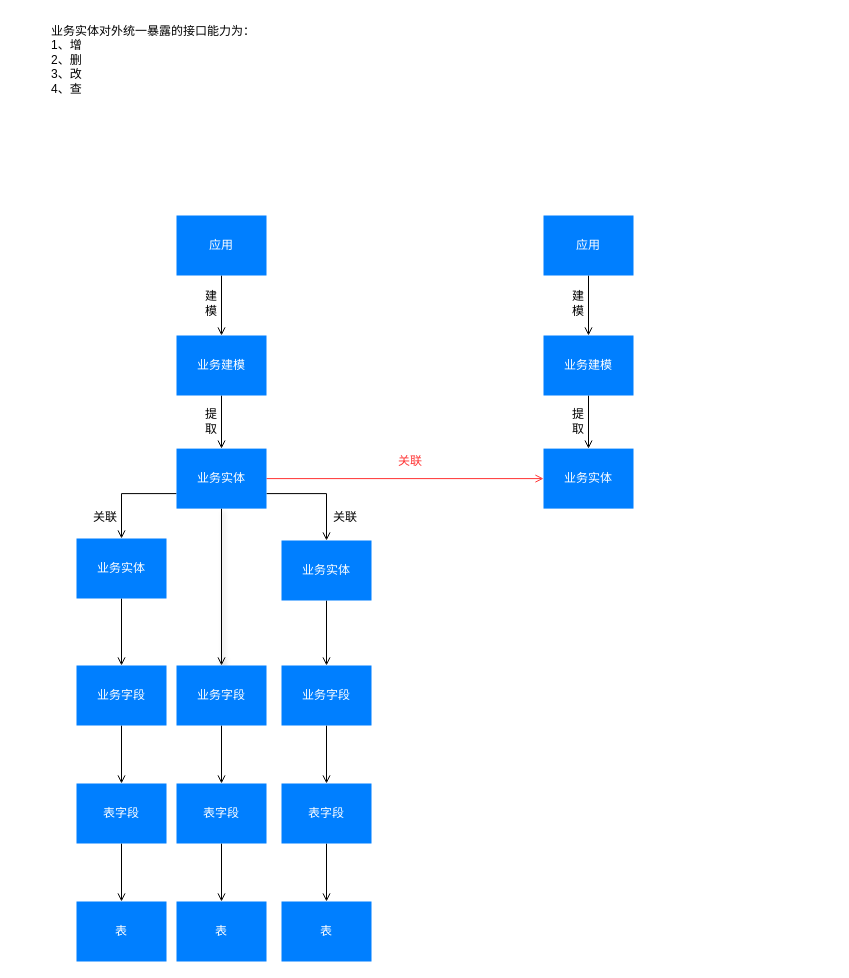
Before: docs/LCDP.drawio in lokiworks/codebase, a draw.io diagram. Source tidied: cells renumbered, new cells numbered last; positions are measured from the earlier drawing's top-left corner, leaving out a move shared by most shapes. Both pictures are drawn from the tidied source at 100%, with x=0, y=0 at pixel (49, 17).
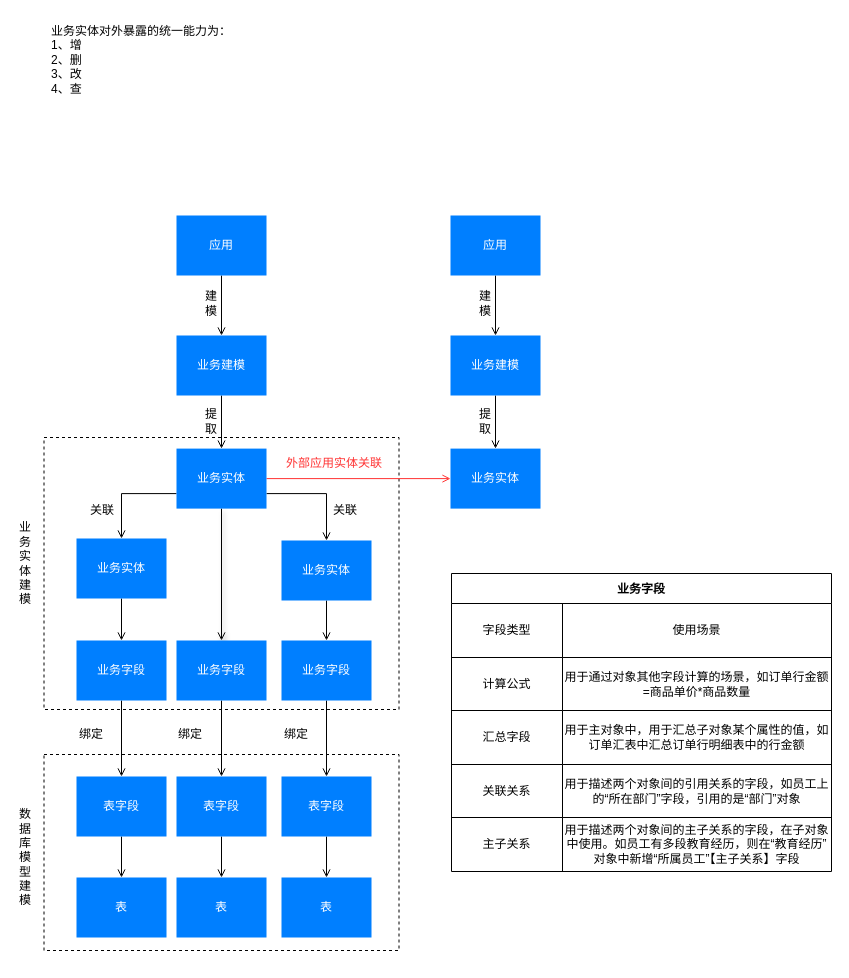
After the change.

Diff of the diagram source:
```diff
@@
+    <mxCell id="43" style="rounded=0;whiteSpace=wrap;html=1;dashed=1;" parent="1" vertex="1">
+      <mxGeometry x="-5.5" y="420" width="355" height="272" as="geometry" />
+    </mxCell>
+    <mxCell id="44" style="rounded=0;whiteSpace=wrap;html=1;dashed=1;" parent="1" vertex="1">
+      <mxGeometry x="-5.5" y="737" width="355" height="196" as="geometry" />
+    </mxCell>
@@
     <mxCell id="14" value="&lt;font color=&quot;#ffffff&quot;&gt;业务建模&lt;/font&gt;" style="rounded=0;whiteSpace=wrap;html=1;fillColor=#007FFF;strokeColor=none;" parent="1" vertex="1">
-      <mxGeometry x="494" y="318" width="90" height="60" as="geometry" />
+      <mxGeometry x="401" y="318" width="90" height="60" as="geometry" />
     </mxCell>
     <mxCell id="15" value="&lt;font color=&quot;#ffffff&quot;&gt;业务实体&lt;/font&gt;" style="rounded=0;whiteSpace=wrap;html=1;fillColor=#007FFF;strokeColor=none;" parent="1" vertex="1">
-      <mxGeometry x="494" y="431.1" width="90" height="60" as="geometry" />
+      <mxGeometry x="401" y="431.1" width="90" height="60" as="geometry" />
     </mxCell>
     <mxCell id="16" value="提取" style="text;html=1;strokeColor=none;fillColor=none;align=center;verticalAlign=middle;whiteSpace=wrap;rounded=0;" parent="1" vertex="1">
-      <mxGeometry x="520" y="378" width="18" height="51" as="geometry" />
+      <mxGeometry x="427" y="378" width="18" height="51" as="geometry" />
     </mxCell>
@@
     <mxCell id="18" value="&lt;font color=&quot;#ffffff&quot;&gt;应用&lt;/font&gt;" style="rounded=0;whiteSpace=wrap;html=1;fillColor=#007FFF;strokeColor=none;" parent="1" vertex="1">
-      <mxGeometry x="494" y="198" width="90" height="60" as="geometry" />
+      <mxGeometry x="401" y="198" width="90" height="60" as="geometry" />
     </mxCell>
     <mxCell id="19" value="建模" style="text;html=1;strokeColor=none;fillColor=none;align=center;verticalAlign=middle;whiteSpace=wrap;rounded=0;" parent="1" vertex="1">
-      <mxGeometry x="520" y="260" width="18" height="51" as="geometry" />
+      <mxGeometry x="427" y="260" width="18" height="51" as="geometry" />
     </mxCell>
@@
     <mxCell id="22" value="关联" style="text;html=1;strokeColor=none;fillColor=none;align=center;verticalAlign=middle;whiteSpace=wrap;rounded=0;fontSize=12;" parent="1" vertex="1">
-      <mxGeometry x="37" y="485" width="38" height="30" as="geometry" />
+      <mxGeometry x="34" y="478" width="38" height="30" as="geometry" />
     </mxCell>
@@
     <mxCell id="25" value="关联" style="text;html=1;strokeColor=none;fillColor=none;align=center;verticalAlign=middle;whiteSpace=wrap;rounded=0;fontSize=12;" parent="1" vertex="1">
-      <mxGeometry x="277" y="485" width="38" height="30" as="geometry" />
+      <mxGeometry x="277" y="478" width="38" height="30" as="geometry" />
     </mxCell>
-    <mxCell id="26" value="业务实体对外统一暴露的接口能力为：&lt;br&gt;1、增&lt;br&gt;2、删&lt;br&gt;3、改&lt;br&gt;4、查" style="text;html=1;strokeColor=none;fillColor=none;align=left;verticalAlign=top;whiteSpace=wrap;rounded=0;fontSize=12;horizontal=1;" parent="1" vertex="1">
-      <mxGeometry width="256" height="149" as="geometry" />
+    <mxCell id="26" value="业务实体对外暴露的统一能力为：&lt;br&gt;1、增&lt;br&gt;2、删&lt;br&gt;3、改&lt;br&gt;4、查" style="text;html=1;strokeColor=none;fillColor=none;align=left;verticalAlign=top;whiteSpace=wrap;rounded=0;fontSize=12;horizontal=1;" parent="1" vertex="1">
+      <mxGeometry width="701" height="82" as="geometry" />
     </mxCell>
@@
     <mxCell id="28" value="&lt;font color=&quot;#ffffff&quot;&gt;业务字段&lt;/font&gt;" style="rounded=0;whiteSpace=wrap;html=1;fillColor=#007FFF;strokeColor=none;" parent="1" vertex="1">
-      <mxGeometry x="27" y="648" width="90" height="60" as="geometry" />
+      <mxGeometry x="27" y="623" width="90" height="60" as="geometry" />
     </mxCell>
@@
     <mxCell id="30" value="&lt;font color=&quot;#ffffff&quot;&gt;业务字段&lt;/font&gt;" style="rounded=0;whiteSpace=wrap;html=1;fillColor=#007FFF;strokeColor=none;" parent="1" vertex="1">
-      <mxGeometry x="127" y="648" width="90" height="60" as="geometry" />
+      <mxGeometry x="127" y="623" width="90" height="60" as="geometry" />
     </mxCell>
@@
     <mxCell id="32" value="&lt;font color=&quot;#ffffff&quot;&gt;业务字段&lt;/font&gt;" style="rounded=0;whiteSpace=wrap;html=1;fillColor=#007FFF;strokeColor=none;" parent="1" vertex="1">
-      <mxGeometry x="232" y="648" width="90" height="60" as="geometry" />
+      <mxGeometry x="232" y="623" width="90" height="60" as="geometry" />
     </mxCell>
@@
     <mxCell id="34" value="&lt;font color=&quot;#ffffff&quot;&gt;表字段&lt;/font&gt;" style="rounded=0;whiteSpace=wrap;html=1;fillColor=#007FFF;strokeColor=none;" parent="1" vertex="1">
-      <mxGeometry x="127" y="766" width="90" height="60" as="geometry" />
+      <mxGeometry x="127" y="759" width="90" height="60" as="geometry" />
     </mxCell>
@@
     <mxCell id="36" value="&lt;font color=&quot;#ffffff&quot;&gt;表字段&lt;/font&gt;" style="rounded=0;whiteSpace=wrap;html=1;fillColor=#007FFF;strokeColor=none;" parent="1" vertex="1">
-      <mxGeometry x="27" y="766" width="90" height="60" as="geometry" />
+      <mxGeometry x="27" y="759" width="90" height="60" as="geometry" />
     </mxCell>
@@
     <mxCell id="38" value="&lt;font color=&quot;#ffffff&quot;&gt;表字段&lt;/font&gt;" style="rounded=0;whiteSpace=wrap;html=1;fillColor=#007FFF;strokeColor=none;" parent="1" vertex="1">
-      <mxGeometry x="232" y="766" width="90" height="60" as="geometry" />
+      <mxGeometry x="232" y="759" width="90" height="60" as="geometry" />
     </mxCell>
     <mxCell id="39" value="&lt;font color=&quot;#ffffff&quot;&gt;表&lt;/font&gt;" style="rounded=0;whiteSpace=wrap;html=1;fillColor=#007FFF;strokeColor=none;" parent="1" vertex="1">
-      <mxGeometry x="27" y="884" width="90" height="60" as="geometry" />
+      <mxGeometry x="27" y="860" width="90" height="60" as="geometry" />
     </mxCell>
     <mxCell id="40" value="&lt;font color=&quot;#ffffff&quot;&gt;表&lt;/font&gt;" style="rounded=0;whiteSpace=wrap;html=1;fillColor=#007FFF;strokeColor=none;" parent="1" vertex="1">
-      <mxGeometry x="127" y="884" width="90" height="60" as="geometry" />
+      <mxGeometry x="127" y="860" width="90" height="60" as="geometry" />
     </mxCell>
     <mxCell id="41" value="&lt;font color=&quot;#ffffff&quot;&gt;表&lt;/font&gt;" style="rounded=0;whiteSpace=wrap;html=1;fillColor=#007FFF;strokeColor=none;" parent="1" vertex="1">
-      <mxGeometry x="232" y="884" width="90" height="60" as="geometry" />
+      <mxGeometry x="232" y="860" width="90" height="60" as="geometry" />
     </mxCell>
-    <mxCell id="42" value="关联" style="text;html=1;strokeColor=none;fillColor=none;align=center;verticalAlign=middle;whiteSpace=wrap;rounded=0;fontSize=12;fontColor=#FF3333;" parent="1" vertex="1">
-      <mxGeometry x="331" y="429" width="60" height="30" as="geometry" />
+    <mxCell id="42" value="外部应用实体关联" style="text;html=1;strokeColor=none;fillColor=none;align=center;verticalAlign=middle;whiteSpace=wrap;rounded=0;fontSize=12;fontColor=#FF3333;" parent="1" vertex="1">
+      <mxGeometry x="235" y="431.1" width="100" height="30" as="geometry" />
     </mxCell>
+    <mxCell id="45" value="数据库模型建模" style="text;html=1;strokeColor=none;fillColor=none;align=center;verticalAlign=middle;whiteSpace=wrap;rounded=0;dashed=1;" parent="1" vertex="1">
+      <mxGeometry x="-32" y="785" width="16" height="109" as="geometry" />
+    </mxCell>
+    <mxCell id="46" value="业务实体建模" style="text;html=1;strokeColor=none;fillColor=none;align=center;verticalAlign=middle;whiteSpace=wrap;rounded=0;dashed=1;" parent="1" vertex="1">
+      <mxGeometry x="-32" y="491.1" width="16" height="109" as="geometry" />
+    </mxCell>
+    <mxCell id="47" value="绑定" style="text;html=1;strokeColor=none;fillColor=none;align=center;verticalAlign=middle;whiteSpace=wrap;rounded=0;dashed=1;" parent="1" vertex="1">
+      <mxGeometry x="12" y="702" width="60" height="30" as="geometry" />
+    </mxCell>
+    <mxCell id="48" value="绑定" style="text;html=1;strokeColor=none;fillColor=none;align=center;verticalAlign=middle;whiteSpace=wrap;rounded=0;dashed=1;" parent="1" vertex="1">
+      <mxGeometry x="111" y="702" width="60" height="30" as="geometry" />
+    </mxCell>
+    <mxCell id="49" value="绑定" style="text;html=1;strokeColor=none;fillColor=none;align=center;verticalAlign=middle;whiteSpace=wrap;rounded=0;dashed=1;" parent="1" vertex="1">
+      <mxGeometry x="217" y="702" width="60" height="30" as="geometry" />
+    </mxCell>
+    <mxCell id="50" value="业务字段" style="shape=table;startSize=30;childLayout=tableLayout;fontStyle=1;align=center;strokeColor=default;" parent="1" vertex="1">
+      <mxGeometry x="402" y="556" width="380" height="298" as="geometry" />
+    </mxCell>
+    <mxCell id="51" style="shape=tableRow;horizontal=0;startSize=0;swimlaneHead=0;swimlaneBody=0;top=0;left=0;bottom=0;right=0;fillColor=none;dashed=1;strokeColor=default;" parent="50" vertex="1">
+      <mxGeometry y="30" width="380" height="54" as="geometry" />
+    </mxCell>
+    <mxCell id="52" value="字段类型" style="shape=partialRectangle;html=1;whiteSpace=wrap;fillColor=none;top=0;left=0;bottom=0;right=0;overflow=hidden;dashed=1;strokeColor=default;" parent="51" vertex="1">
+      <mxGeometry width="111" height="54" as="geometry" />
+    </mxCell>
+    <mxCell id="53" value="使用场景" style="shape=partialRectangle;html=1;whiteSpace=wrap;fillColor=none;top=0;left=0;bottom=0;right=0;overflow=hidden;dashed=1;strokeColor=default;" parent="51" vertex="1">
+      <mxGeometry x="111" width="269" height="54" as="geometry" />
+    </mxCell>
+    <mxCell id="54" style="shape=tableRow;horizontal=0;startSize=0;swimlaneHead=0;swimlaneBody=0;top=0;left=0;bottom=0;right=0;fillColor=none;dashed=1;strokeColor=default;" parent="50" vertex="1">
+      <mxGeometry y="84" width="380" height="53" as="geometry" />
+    </mxCell>
+    <mxCell id="55" value="计算公式" style="shape=partialRectangle;html=1;whiteSpace=wrap;fillColor=none;top=0;left=0;bottom=0;right=0;overflow=hidden;dashed=1;strokeColor=default;" parent="54" vertex="1">
+      <mxGeometry width="111" height="53" as="geometry" />
+    </mxCell>
+    <mxCell id="56" value="用于通过对象其他字段计算的场景，如订单行金额=商品单价*商品数量" style="shape=partialRectangle;html=1;whiteSpace=wrap;fillColor=none;top=0;left=0;bottom=0;right=0;overflow=hidden;dashed=1;strokeColor=default;" parent="54" vertex="1">
+      <mxGeometry x="111" width="269" height="53" as="geometry" />
+    </mxCell>
+    <mxCell id="57" style="shape=tableRow;horizontal=0;startSize=0;swimlaneHead=0;swimlaneBody=0;top=0;left=0;bottom=0;right=0;fillColor=none;dashed=1;strokeColor=default;" parent="50" vertex="1">
+      <mxGeometry y="137" width="380" height="54" as="geometry" />
+    </mxCell>
+    <mxCell id="58" value="汇总字段" style="shape=partialRectangle;html=1;whiteSpace=wrap;fillColor=none;top=0;left=0;bottom=0;right=0;overflow=hidden;dashed=1;strokeColor=default;" parent="57" vertex="1">
+      <mxGeometry width="111" height="54" as="geometry" />
+    </mxCell>
+    <mxCell id="59" value="用于主对象中，用于汇总子对象某个属性的值，如订单汇表中汇总订单行明细表中的行金额" style="shape=partialRectangle;html=1;whiteSpace=wrap;fillColor=none;top=0;left=0;bottom=0;right=0;overflow=hidden;dashed=1;strokeColor=default;" parent="57" vertex="1">
+      <mxGeometry x="111" width="269" height="54" as="geometry" />
+    </mxCell>
+    <mxCell id="60" style="shape=tableRow;horizontal=0;startSize=0;swimlaneHead=0;swimlaneBody=0;top=0;left=0;bottom=0;right=0;fillColor=none;dashed=1;strokeColor=default;" parent="50" vertex="1">
+      <mxGeometry y="191" width="380" height="53" as="geometry" />
+    </mxCell>
+    <mxCell id="61" value="关联关系" style="shape=partialRectangle;html=1;whiteSpace=wrap;fillColor=none;top=0;left=0;bottom=0;right=0;overflow=hidden;dashed=1;strokeColor=default;" parent="60" vertex="1">
+      <mxGeometry width="111" height="53" as="geometry" />
+    </mxCell>
+    <mxCell id="62" value="用于描述两个对象间的引用关系的字段，如员工上的“所在部门”字段，引用的是“部门”对象" style="shape=partialRectangle;html=1;whiteSpace=wrap;fillColor=none;top=0;left=0;bottom=0;right=0;overflow=hidden;dashed=1;strokeColor=default;" parent="60" vertex="1">
+      <mxGeometry x="111" width="269" height="53" as="geometry" />
+    </mxCell>
+    <mxCell id="63" style="shape=tableRow;horizontal=0;startSize=0;swimlaneHead=0;swimlaneBody=0;top=0;left=0;bottom=0;right=0;fillColor=none;dashed=1;strokeColor=default;" parent="50" vertex="1">
+      <mxGeometry y="244" width="380" height="54" as="geometry" />
+    </mxCell>
+    <mxCell id="64" value="主子关系" style="shape=partialRectangle;html=1;whiteSpace=wrap;fillColor=none;top=0;left=0;bottom=0;right=0;overflow=hidden;dashed=1;strokeColor=default;" parent="63" vertex="1">
+      <mxGeometry width="111" height="54" as="geometry" />
+    </mxCell>
+    <mxCell id="65" value="用于描述两个对象间的主子关系的字段，在子对象中使用。如员工有多段教育经历，则在“教育经历”对象中新增“所属员工”【主子关系】字段" style="shape=partialRectangle;html=1;whiteSpace=wrap;fillColor=none;top=0;left=0;bottom=0;right=0;overflow=hidden;dashed=1;strokeColor=default;" parent="63" vertex="1">
+      <mxGeometry x="111" width="269" height="54" as="geometry" />
+    </mxCell>
```
